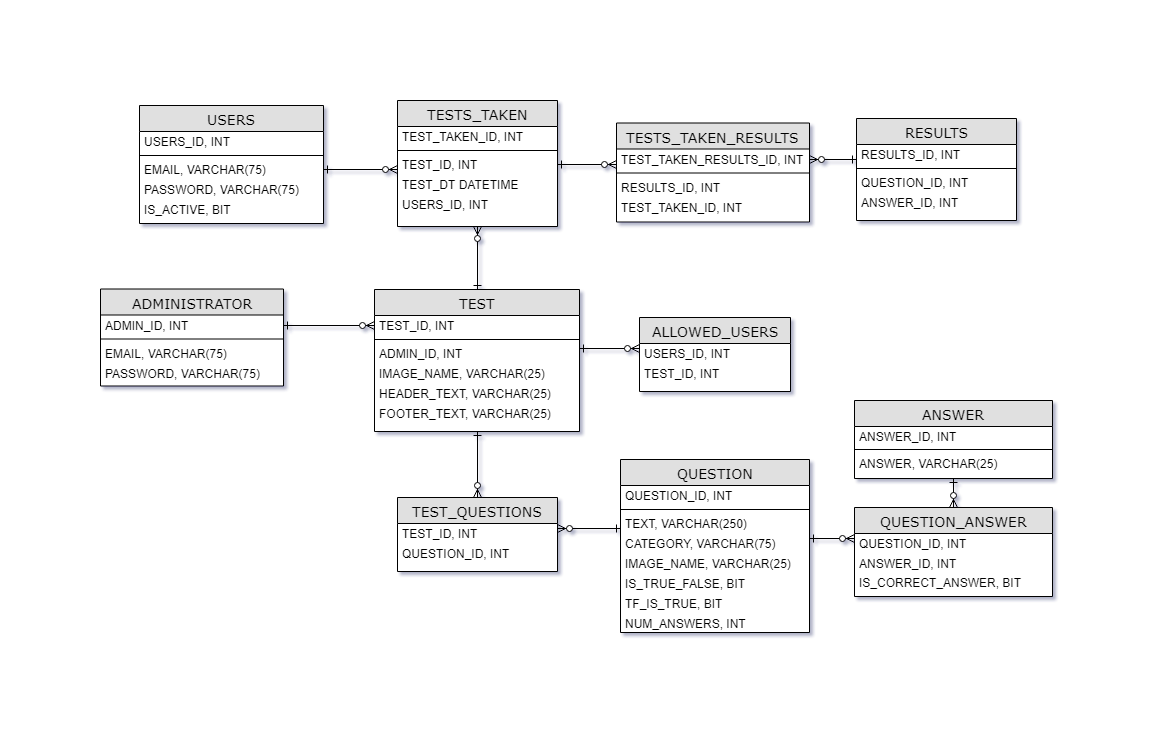
Earlier version of the draw.io export project-logistics/er-diagram.png (lprescott/QuizServe). Source tidied: cells renumbered, new cells last; positions are measured from the earlier drawing's top-left corner, leaving out a move shared by most shapes.
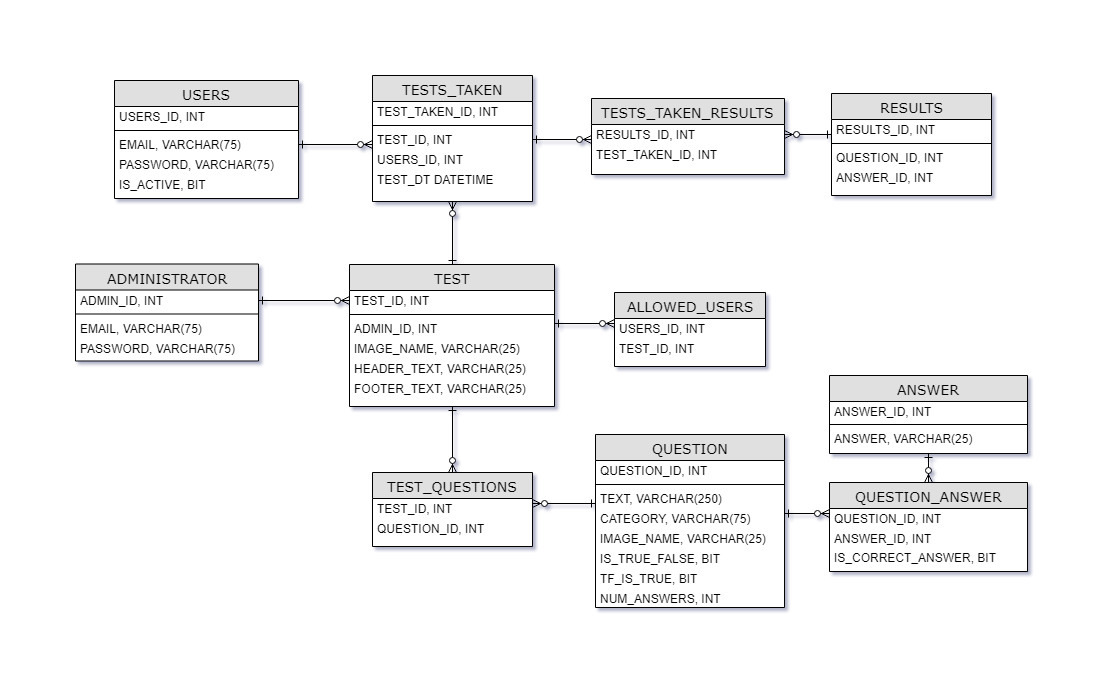
The same file after the commit.

Commit message:
Updated ER-Diagram, Created creation sql script

The edit, as a diff of the source:
```diff
@@ -137,26 +137,20 @@
     <mxCell id="46" value="TEST_ID, INT" style="text;html=1;strokeColor=none;fillColor=none;align=left;verticalAlign=middle;whiteSpace=wrap;rounded=0;spacingLeft=0;spacingTop=0;spacing=5;" parent="43" vertex="1">
       <mxGeometry y="54" width="160" height="20" as="geometry" />
     </mxCell>
+    <mxCell id="48" value="USERS_ID, INT" style="text;html=1;strokeColor=none;fillColor=none;align=left;verticalAlign=middle;whiteSpace=wrap;rounded=0;spacingLeft=0;spacingTop=0;spacing=5;" parent="43" vertex="1">
+      <mxGeometry y="74" width="160" height="20" as="geometry" />
+    </mxCell>
     <mxCell id="47" value="TEST_DT DATETIME" style="text;html=1;strokeColor=none;fillColor=none;align=left;verticalAlign=middle;whiteSpace=wrap;rounded=0;spacingLeft=0;spacingTop=0;spacing=5;" parent="43" vertex="1">
-      <mxGeometry y="74" width="160" height="20" as="geometry" />
+      <mxGeometry y="94" width="160" height="20" as="geometry" />
     </mxCell>
-    <mxCell id="48" value="USERS_ID, INT" style="text;html=1;strokeColor=none;fillColor=none;align=left;verticalAlign=middle;whiteSpace=wrap;rounded=0;spacingLeft=0;spacingTop=0;spacing=5;" parent="43" vertex="1">
-      <mxGeometry y="94" width="160" height="20" as="geometry" />
-    </mxCell>
     <mxCell id="49" value="TESTS_TAKEN_RESULTS&lt;br&gt;" style="swimlane;html=1;fontStyle=0;horizontal=1;startSize=26;fillColor=#e0e0e0;swimlaneFillColor=#ffffff;align=center;rounded=0;shadow=0;comic=0;labelBackgroundColor=none;strokeColor=#000000;strokeWidth=1;fontFamily=Verdana;fontSize=14;fontColor=#000000;spacingTop=0;spacingLeft=0;" parent="1" vertex="1">
-      <mxGeometry x="516" y="22.5" width="193" height="99" as="geometry" />
+      <mxGeometry x="516" y="23" width="193" height="76" as="geometry" />
     </mxCell>
-    <mxCell id="50" value="TEST_TAKEN_RESULTS_ID, INT" style="text;html=1;strokeColor=none;fillColor=none;align=left;verticalAlign=middle;whiteSpace=wrap;rounded=0;spacingLeft=0;spacingTop=0;spacing=5;" parent="49" vertex="1">
-      <mxGeometry y="26" width="193" height="20" as="geometry" />
-    </mxCell>
-    <mxCell id="51" style="line;strokeWidth=1;fillColor=none;align=left;verticalAlign=middle;spacingTop=-1;spacingLeft=3;spacingRight=3;labelPosition=right;" parent="49" vertex="1">
-      <mxGeometry y="46" width="193" height="8" as="geometry" />
-    </mxCell>
     <mxCell id="52" value="RESULTS_ID, INT" style="text;html=1;strokeColor=none;fillColor=none;align=left;verticalAlign=middle;whiteSpace=wrap;rounded=0;spacingLeft=0;spacingTop=0;spacing=5;" parent="49" vertex="1">
-      <mxGeometry y="54" width="193" height="20" as="geometry" />
+      <mxGeometry y="26" width="193" height="20" as="geometry" />
     </mxCell>
     <mxCell id="53" value="TEST_TAKEN_ID, INT" style="text;html=1;strokeColor=none;fillColor=none;align=left;verticalAlign=middle;whiteSpace=wrap;rounded=0;spacingLeft=0;spacingTop=0;spacing=5;" parent="49" vertex="1">
-      <mxGeometry y="74" width="193" height="20" as="geometry" />
+      <mxGeometry y="46" width="193" height="20" as="geometry" />
     </mxCell>
     <mxCell id="54" style="edgeStyle=orthogonalEdgeStyle;rounded=0;jettySize=auto;html=1;exitX=1;exitY=0.5;exitDx=0;exitDy=0;entryX=0;entryY=0.75;entryDx=0;entryDy=0;endArrow=ERzeroToMany;endFill=1;startArrow=ERone;startFill=0;" parent="1" edge="1" source="5" target="46">
       <mxGeometry relative="1" as="geometry" />
@@ -197,11 +191,15 @@
     <mxCell id="66" value="ANSWER_ID, INT" style="text;html=1;strokeColor=none;fillColor=none;align=left;verticalAlign=middle;whiteSpace=wrap;rounded=0;spacingLeft=0;spacingTop=0;spacing=5;" parent="62" vertex="1">
       <mxGeometry y="74" width="160" height="20" as="geometry" />
     </mxCell>
-    <mxCell id="67" style="edgeStyle=orthogonalEdgeStyle;rounded=0;jettySize=auto;html=1;exitX=1;exitY=0.5;exitDx=0;exitDy=0;entryX=0;entryY=0.75;entryDx=0;entryDy=0;startArrow=ERone;startFill=0;endArrow=ERzeroToMany;endFill=1;" parent="1" edge="1" source="46" target="50">
-      <mxGeometry relative="1" as="geometry" />
+    <mxCell id="67" style="edgeStyle=orthogonalEdgeStyle;rounded=0;jettySize=auto;html=1;exitX=1;exitY=0.5;exitDx=0;exitDy=0;entryX=0;entryY=0.75;entryDx=0;entryDy=0;startArrow=ERone;startFill=0;endArrow=ERzeroToMany;endFill=1;" parent="1" edge="1" source="46">
+      <mxGeometry relative="1" as="geometry">
+        <mxPoint x="516" y="64" as="targetPoint" />
+      </mxGeometry>
     </mxCell>
-    <mxCell id="68" style="edgeStyle=orthogonalEdgeStyle;rounded=0;jettySize=auto;html=1;exitX=0;exitY=0.75;exitDx=0;exitDy=0;entryX=1;entryY=0.5;entryDx=0;entryDy=0;startArrow=ERone;startFill=0;endArrow=ERzeroToMany;endFill=1;" parent="1" edge="1" source="63" target="50">
-      <mxGeometry relative="1" as="geometry" />
+    <mxCell id="68" style="edgeStyle=orthogonalEdgeStyle;rounded=0;jettySize=auto;html=1;exitX=0;exitY=0.75;exitDx=0;exitDy=0;entryX=1;entryY=0.5;entryDx=0;entryDy=0;startArrow=ERone;startFill=0;endArrow=ERzeroToMany;endFill=1;" parent="1" edge="1" source="63">
+      <mxGeometry relative="1" as="geometry">
+        <mxPoint x="709" y="59" as="targetPoint" />
+      </mxGeometry>
     </mxCell>
   </root>
 </mxGraphModel>
```
